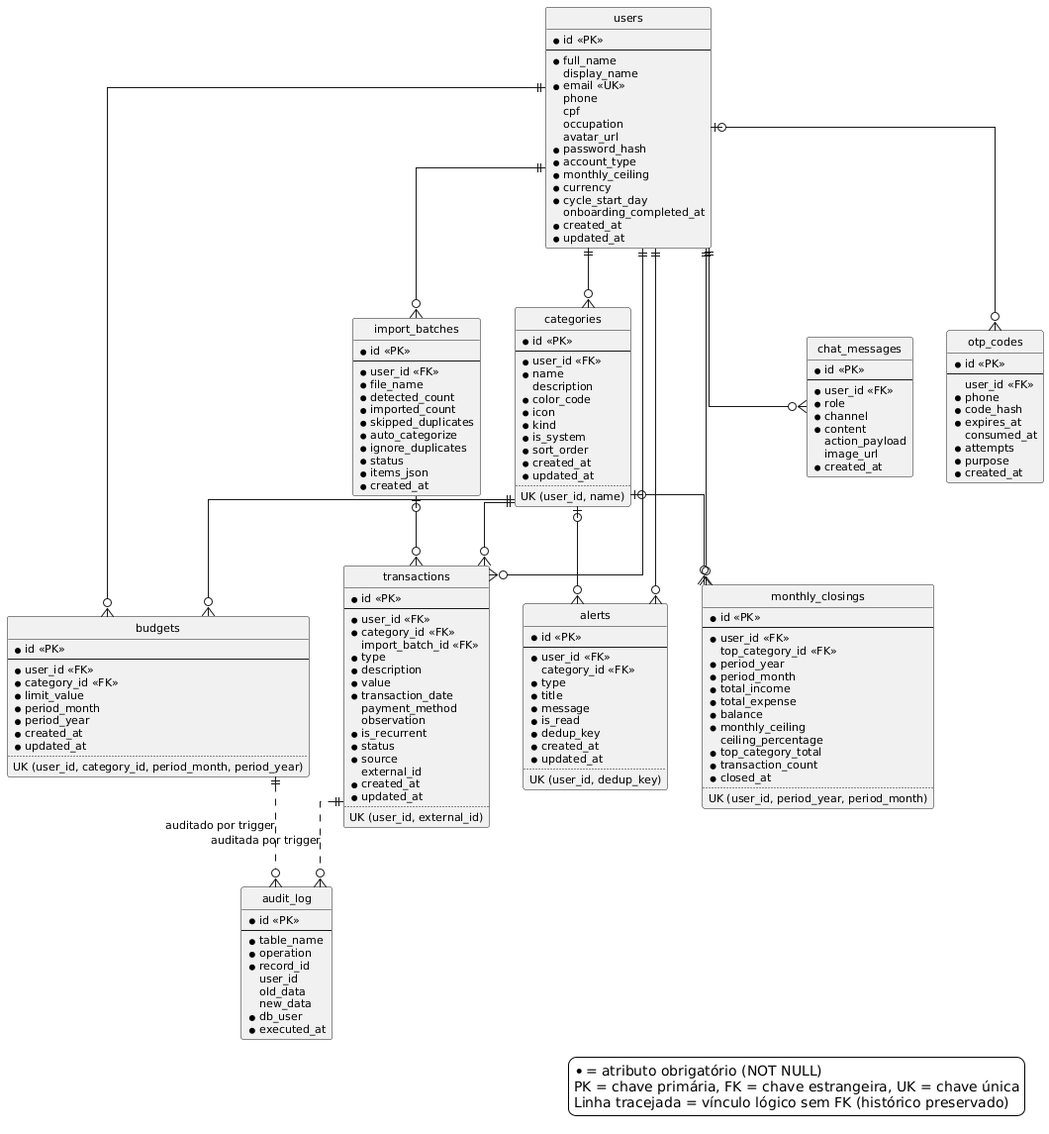
Fredson-Santos/ConektaFinance-PIM-III keeps this PlantUML diagram as database/diagramas/modelo-logico.png. Above is the earlier version. Its diagram source:
```plantuml
@startuml modelo-logico

skinparam backgroundColor white
skinparam defaultFontName Arial
skinparam defaultFontSize 11
skinparam shadowing false
skinparam linetype ortho
hide circle
hide methods

entity "users" as users {
  * id <<PK>>
  --
  * full_name
  display_name
  * email <<UK>>
  phone
  cpf
  occupation
  avatar_url
  * password_hash
  * account_type
  * monthly_ceiling
  * currency
  * cycle_start_day
  onboarding_completed_at
  * created_at
  * updated_at
}

entity "categories" as categories {
  * id <<PK>>
  --
  * user_id <<FK>>
  * name
  description
  * color_code
  * icon
  * kind
  * is_system
  * sort_order
  * created_at
  * updated_at
  ..
  UK (user_id, name)
}

entity "budgets" as budgets {
  * id <<PK>>
  --
  * user_id <<FK>>
  * category_id <<FK>>
  * limit_value
  * period_month
  * period_year
  * created_at
  * updated_at
  ..
  UK (user_id, category_id, period_month, period_year)
}

entity "transactions" as transactions {
  * id <<PK>>
  --
  * user_id <<FK>>
  * category_id <<FK>>
  import_batch_id <<FK>>
  * type
  * description
  * value
  * transaction_date
  payment_method
  observation
  * is_recurrent
  * status
  * source
  external_id
  * created_at
  * updated_at
  ..
  UK (user_id, external_id)
}

entity "alerts" as alerts {
  * id <<PK>>
  --
  * user_id <<FK>>
  category_id <<FK>>
  * type
  * title
  * message
  * is_read
  * dedup_key
  * created_at
  * updated_at
  ..
  UK (user_id, dedup_key)
}

entity "chat_messages" as chat {
  * id <<PK>>
  --
  * user_id <<FK>>
  * role
  * channel
  * content
  action_payload
  image_url
  * created_at
}

entity "import_batches" as imports {
  * id <<PK>>
  --
  * user_id <<FK>>
  * file_name
  * detected_count
  * imported_count
  * skipped_duplicates
  * auto_categorize
  * ignore_duplicates
  * status
  * items_json
  * created_at
}

entity "otp_codes" as otp {
  * id <<PK>>
  --
  user_id <<FK>>
  * phone
  * code_hash
  * expires_at
  consumed_at
  * attempts
  * purpose
  * created_at
}

entity "monthly_closings" as closings {
  * id <<PK>>
  --
  * user_id <<FK>>
  top_category_id <<FK>>
  * period_year
  * period_month
  * total_income
  * total_expense
  * balance
  * monthly_ceiling
  ceiling_percentage
  * top_category_total
  * transaction_count
  * closed_at
  ..
  UK (user_id, period_year, period_month)
}

entity "audit_log" as audit {
  * id <<PK>>
  --
  * table_name
  * operation
  * record_id
  user_id
  old_data
  new_data
  * db_user
  * executed_at
}

users ||--o{ categories
users ||--o{ budgets
users ||--o{ transactions
users ||--o{ alerts
users ||--o{ chat
users ||--o{ imports
users |o--o{ otp
users ||--o{ closings
categories ||--o{ budgets
categories ||--o{ transactions
categories |o--o{ alerts
categories |o--o{ closings
imports |o--o{ transactions
transactions ||..o{ audit : "auditada por trigger"
budgets ||..o{ audit : "auditado por trigger"

legend right
  * = atributo obrigatório (NOT NULL)
  PK = chave primária, FK = chave estrangeira, UK = chave única
  Linha tracejada = vínculo lógico sem FK (histórico preservado)
endlegend

@enduml
```
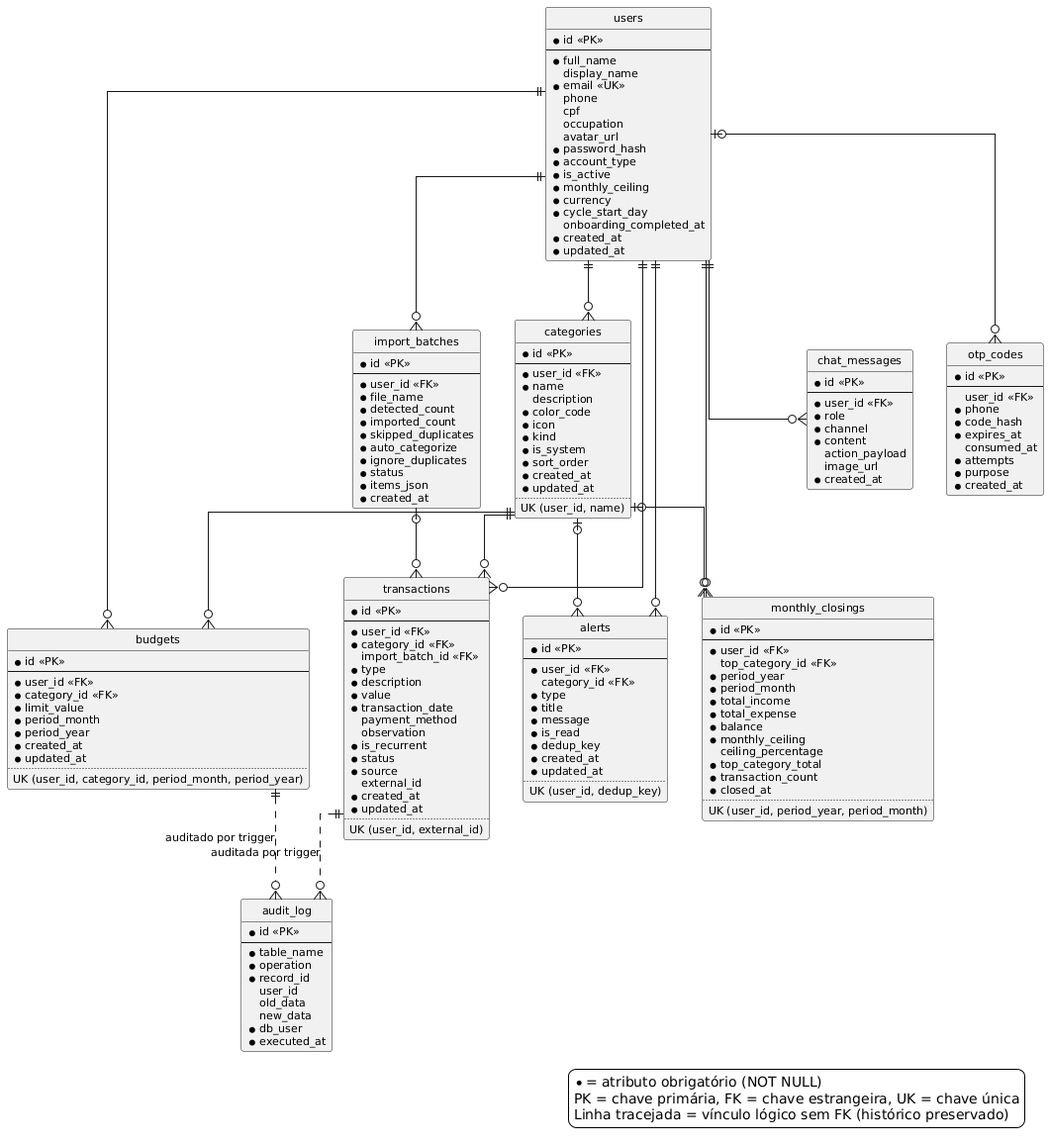
The same diagram one commit later.

Commit message:
docs(pim-iv): inclui perfil administrador nos modelos logico e fisico

Change to the diagram source:
```diff
@@ -20,6 +20,7 @@
   avatar_url
   * password_hash
   * account_type
+  * is_active
   * monthly_ceiling
   * currency
   * cycle_start_day
```
